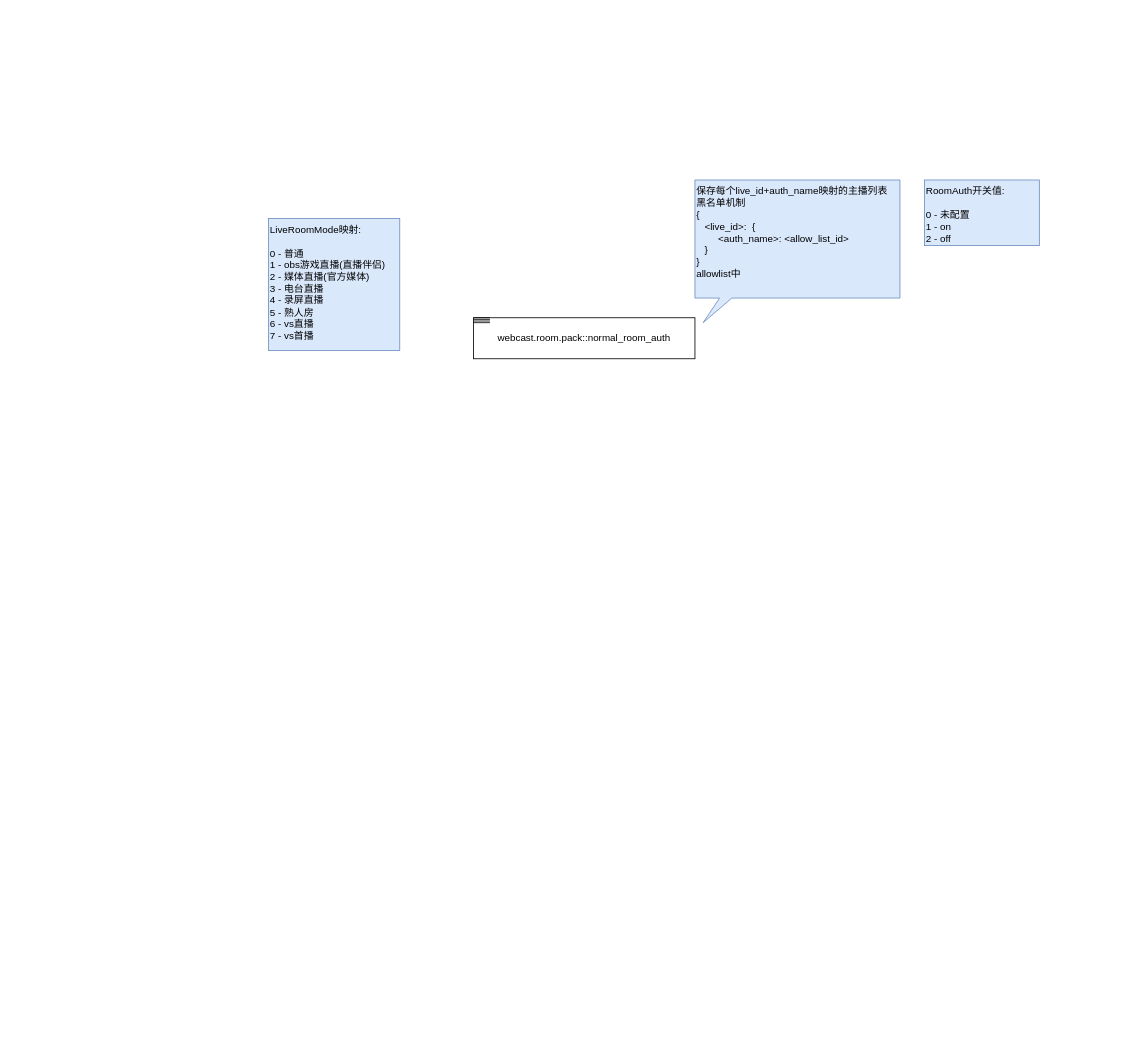
Before: page "room_auth" (4 of 4) of room_enter.drawio in xhd2015/bog, a draw.io diagram. Source tidied: cells renumbered, new cells numbered last; positions are measured from the earlier drawing's top-left corner, leaving out a move shared by most shapes. Both pictures are drawn from the tidied source at 82%, with x=0, y=0 at pixel (268, 180).
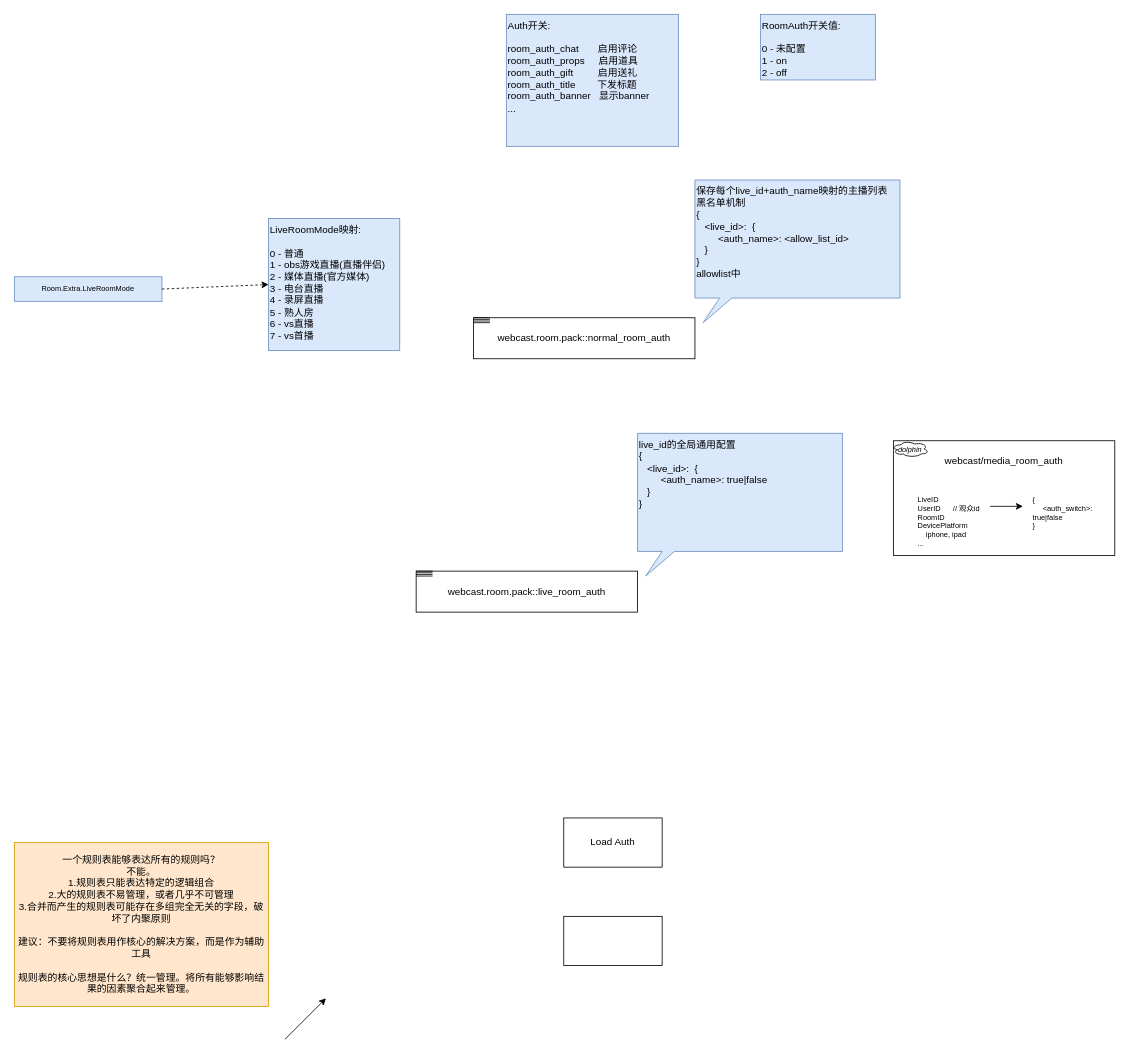
The same page after the edit.

Unchanged cells that the change refers to:
```xml
<mxCell id="10" value="LiveRoomMode映射:&lt;br&gt;&lt;br&gt;0 - 普通&lt;br&gt;1 - obs游戏直播(直播伴侣)&lt;br&gt;2 - 媒体直播(官方媒体)&lt;br&gt;3 - 电台直播&lt;br&gt;4 - 录屏直播&lt;br&gt;5 - 熟人房&lt;br&gt;6 - vs直播&lt;br&gt;7 - vs首播" style="text;html=1;strokeColor=#6c8ebf;fillColor=#dae8fc;align=left;verticalAlign=top;whiteSpace=wrap;rounded=0;" parent="1" vertex="1">
  <mxGeometry y="47" width="160" height="161" as="geometry" />
</mxCell>
```

The edit, as a diff of the source:
```diff
@@
     <mxCell id="9" value="RoomAuth开关值:&lt;br&gt;&lt;br&gt;0 - 未配置&lt;br&gt;1 - on&lt;br&gt;2 - off" style="text;html=1;strokeColor=#6c8ebf;fillColor=#dae8fc;align=left;verticalAlign=top;whiteSpace=wrap;rounded=0;" parent="1" vertex="1">
-      <mxGeometry x="800" width="140" height="80" as="geometry" />
+      <mxGeometry x="600" y="-202" width="140" height="80" as="geometry" />
     </mxCell>
@@
+    <mxCell id="11" style="rounded=0;whiteSpace=wrap;html=1;" parent="1" vertex="1">
+      <mxGeometry x="762" y="318" width="270" height="140" as="geometry" />
+    </mxCell>
+    <mxCell id="12" value="&lt;font style=&quot;font-size: 9px&quot;&gt;&lt;i&gt;dolphin&lt;/i&gt;&lt;/font&gt;" style="ellipse;shape=cloud;whiteSpace=wrap;html=1;" parent="1" vertex="1">
+      <mxGeometry x="760" y="318" width="45" height="20" as="geometry" />
+    </mxCell>
+    <mxCell id="13" value="&lt;span style=&quot;font-size: 12px&quot;&gt;webcast/media_room_auth&lt;/span&gt;" style="text;html=1;strokeColor=none;fillColor=none;align=center;verticalAlign=middle;whiteSpace=wrap;rounded=0;fontSize=9;" parent="1" vertex="1">
+      <mxGeometry x="822" y="328" width="150" height="30" as="geometry" />
+    </mxCell>
+    <mxCell id="14" value="LiveID&lt;br&gt;UserID&amp;nbsp; &amp;nbsp; &amp;nbsp; // 观众id&lt;br&gt;RoomID&lt;br&gt;DevicePlatform&lt;br&gt;&amp;nbsp; &amp;nbsp; iphone, ipad&lt;br&gt;..." style="text;html=1;strokeColor=none;fillColor=none;align=left;verticalAlign=top;whiteSpace=wrap;rounded=0;fontSize=9;" parent="1" vertex="1">
+      <mxGeometry x="790" y="378" width="90" height="80" as="geometry" />
+    </mxCell>
+    <mxCell id="15" value="{&lt;br&gt;&amp;nbsp; &amp;nbsp; &amp;nbsp;&amp;lt;auth_switch&amp;gt;: true|false&lt;br&gt;}" style="text;html=1;strokeColor=none;fillColor=none;align=left;verticalAlign=top;whiteSpace=wrap;rounded=0;fontSize=9;" parent="1" vertex="1">
+      <mxGeometry x="930" y="378" width="90" height="80" as="geometry" />
+    </mxCell>
+    <mxCell id="16" style="endArrow=classic;html=1;rounded=0;fontSize=9;" parent="1" edge="1">
+      <mxGeometry relative="1" as="geometry">
+        <mxPoint x="880" y="398" as="sourcePoint" />
+        <mxPoint x="920" y="398" as="targetPoint" />
+      </mxGeometry>
+    </mxCell>
+    <mxCell id="17" value="Auth开关:&lt;br&gt;&lt;br&gt;room_auth_chat&amp;nbsp; &amp;nbsp; &amp;nbsp; &amp;nbsp;启用评论&lt;br&gt;room_auth_props&amp;nbsp; &amp;nbsp; &amp;nbsp;启用道具&lt;br&gt;room_auth_gift&amp;nbsp; &amp;nbsp; &amp;nbsp; &amp;nbsp; &amp;nbsp;启用送礼&lt;br&gt;room_auth_title&amp;nbsp; &amp;nbsp; &amp;nbsp; &amp;nbsp; 下发标题&lt;br&gt;room_auth_banner&amp;nbsp; &amp;nbsp;显示banner&lt;br&gt;..." style="text;html=1;strokeColor=#6c8ebf;fillColor=#dae8fc;align=left;verticalAlign=top;whiteSpace=wrap;rounded=0;" parent="1" vertex="1">
+      <mxGeometry x="290" y="-202" width="210" height="161" as="geometry" />
+    </mxCell>
+    <mxCell id="18" value="Room.Extra.LiveRoomMode" style="text;html=1;strokeColor=#6c8ebf;fillColor=#dae8fc;align=center;verticalAlign=middle;whiteSpace=wrap;rounded=0;fontSize=9;" parent="1" vertex="1">
+      <mxGeometry x="-310" y="118" width="180" height="30" as="geometry" />
+    </mxCell>
+    <mxCell id="19" style="endArrow=classic;html=1;rounded=0;fontSize=9;entryX=0;entryY=0.5;entryDx=0;entryDy=0;exitX=1;exitY=0.5;exitDx=0;exitDy=0;dashed=1;" parent="1" edge="1" source="18" target="10">
+      <mxGeometry relative="1" as="geometry" />
+    </mxCell>
+    <mxCell id="20" value="webcast.room.pack::live_room_auth" style="rounded=0;whiteSpace=wrap;html=1;" parent="1" vertex="1">
+      <mxGeometry x="180" y="477" width="270" height="50" as="geometry" />
+    </mxCell>
+    <mxCell id="21" style="group;" parent="1" vertex="1">
+      <mxGeometry x="180" y="477" width="20" height="6" as="geometry" />
+    </mxCell>
+    <mxCell id="22" style="endArrow=none;html=1;" parent="21" edge="1">
+      <mxGeometry relative="1" as="geometry">
+        <mxPoint as="sourcePoint" />
+        <mxPoint x="20" as="targetPoint" />
+      </mxGeometry>
+    </mxCell>
+    <mxCell id="23" style="endArrow=none;html=1;" parent="21" edge="1">
+      <mxGeometry relative="1" as="geometry">
+        <mxPoint y="2" as="sourcePoint" />
+        <mxPoint x="20" y="2" as="targetPoint" />
+      </mxGeometry>
+    </mxCell>
+    <mxCell id="24" style="endArrow=none;html=1;" parent="21" edge="1">
+      <mxGeometry relative="1" as="geometry">
+        <mxPoint y="4" as="sourcePoint" />
+        <mxPoint x="20" y="4" as="targetPoint" />
+      </mxGeometry>
+    </mxCell>
+    <mxCell id="25" style="endArrow=none;html=1;" parent="21" edge="1">
+      <mxGeometry relative="1" as="geometry">
+        <mxPoint y="6" as="sourcePoint" />
+        <mxPoint x="20" y="6" as="targetPoint" />
+      </mxGeometry>
+    </mxCell>
+    <mxCell id="26" value="live_id的全局通用配置&lt;br&gt;{&lt;br&gt;&amp;nbsp; &amp;nbsp;&amp;lt;live_id&amp;gt;:&amp;nbsp; {&lt;br&gt;&amp;nbsp; &amp;nbsp; &amp;nbsp; &amp;nbsp; &amp;lt;auth_name&amp;gt;: true|false&lt;br&gt;&amp;nbsp; &amp;nbsp;}&lt;br&gt;}" style="shape=callout;whiteSpace=wrap;html=1;perimeter=calloutPerimeter;align=left;base=15;size=30;position=0.12;position2=0.04;fillColor=#dae8fc;strokeColor=#6c8ebf;verticalAlign=top;" parent="1" vertex="1">
+      <mxGeometry x="450" y="309" width="250" height="174" as="geometry" />
+    </mxCell>
+    <mxCell id="27" value="Load Auth" style="rounded=0;whiteSpace=wrap;html=1;fontSize=12;align=center;verticalAlign=middle;" parent="1" vertex="1">
+      <mxGeometry x="360" y="778" width="120" height="60" as="geometry" />
+    </mxCell>
+    <mxCell id="28" style="endArrow=classic;html=1;rounded=0;fontSize=9;" parent="1" edge="1">
+      <mxGeometry relative="1" as="geometry">
+        <mxPoint x="20" y="1048" as="sourcePoint" />
+        <mxPoint x="70" y="998" as="targetPoint" />
+      </mxGeometry>
+    </mxCell>
+    <mxCell id="29" style="rounded=0;whiteSpace=wrap;html=1;fontSize=12;align=center;verticalAlign=middle;" parent="1" vertex="1">
+      <mxGeometry x="360" y="898" width="120" height="60" as="geometry" />
+    </mxCell>
+    <mxCell id="30" value="一个规则表能够表达所有的规则吗？&lt;br&gt;不能。&lt;br&gt;1.规则表只能表达特定的逻辑组合&lt;br&gt;2.大的规则表不易管理，或者几乎不可管理&lt;br&gt;3.合并而产生的规则表可能存在多组完全无关的字段，破坏了内聚原则&lt;br&gt;&lt;br&gt;建议：不要将规则表用作核心的解决方案，而是作为辅助工具&lt;br&gt;&lt;br&gt;规则表的核心思想是什么？统一管理。将所有能够影响结果的因素聚合起来管理。" style="text;html=1;strokeColor=#d79b00;fillColor=#ffe6cc;align=center;verticalAlign=middle;whiteSpace=wrap;rounded=0;fontSize=12;" parent="1" vertex="1">
+      <mxGeometry x="-310" y="808" width="310" height="200" as="geometry" />
+    </mxCell>
```
